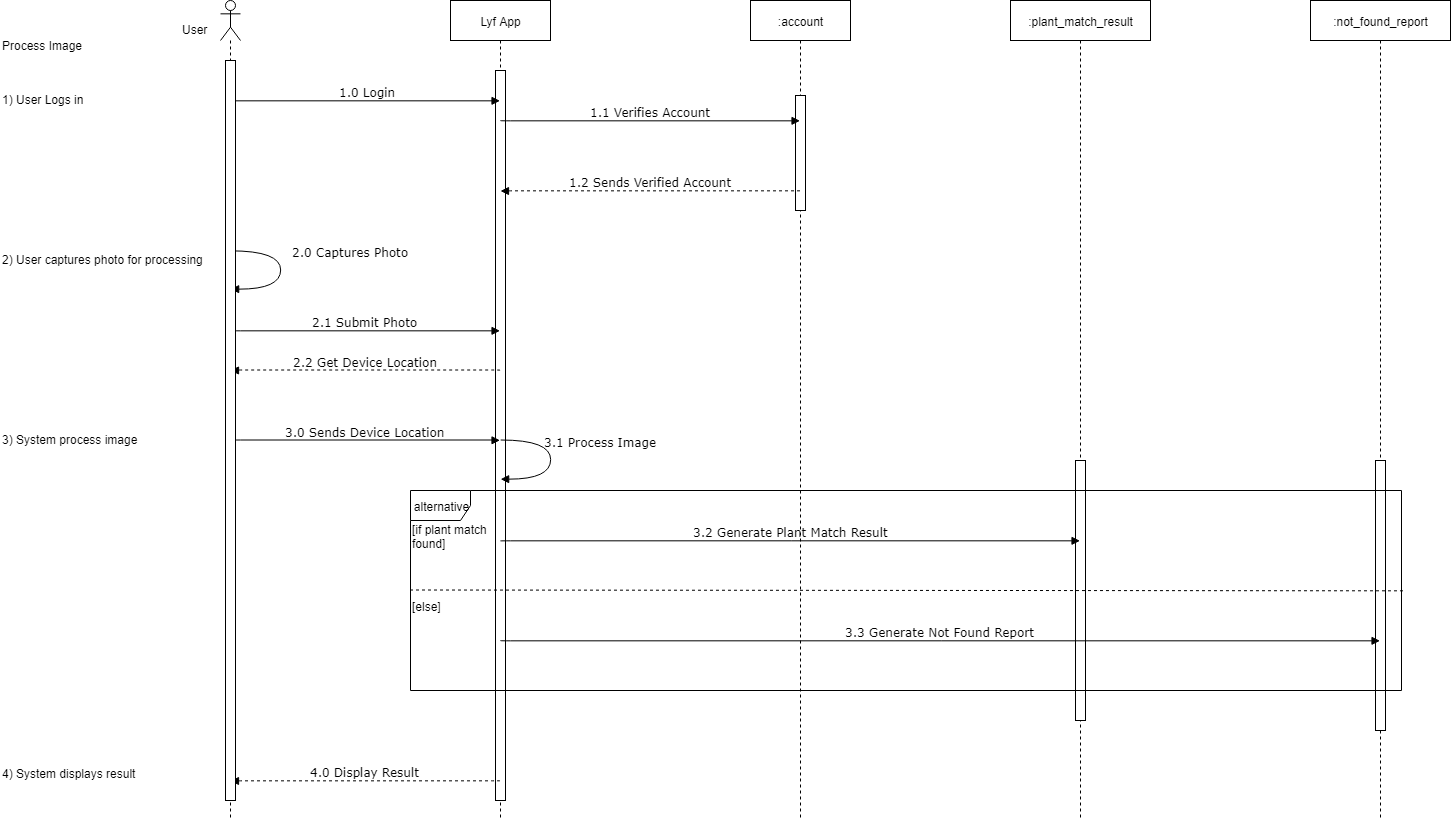
The draw.io diagram Documentations/Diagrams (Midterms)/Sequence Diagram/Process Image/Sequence Diagram - Process Image.png in seans888/project--lyf, before a commit. Source tidied: cells renumbered, new cells last; positions are measured from the earlier drawing's top-left corner, leaving out a move shared by most shapes.
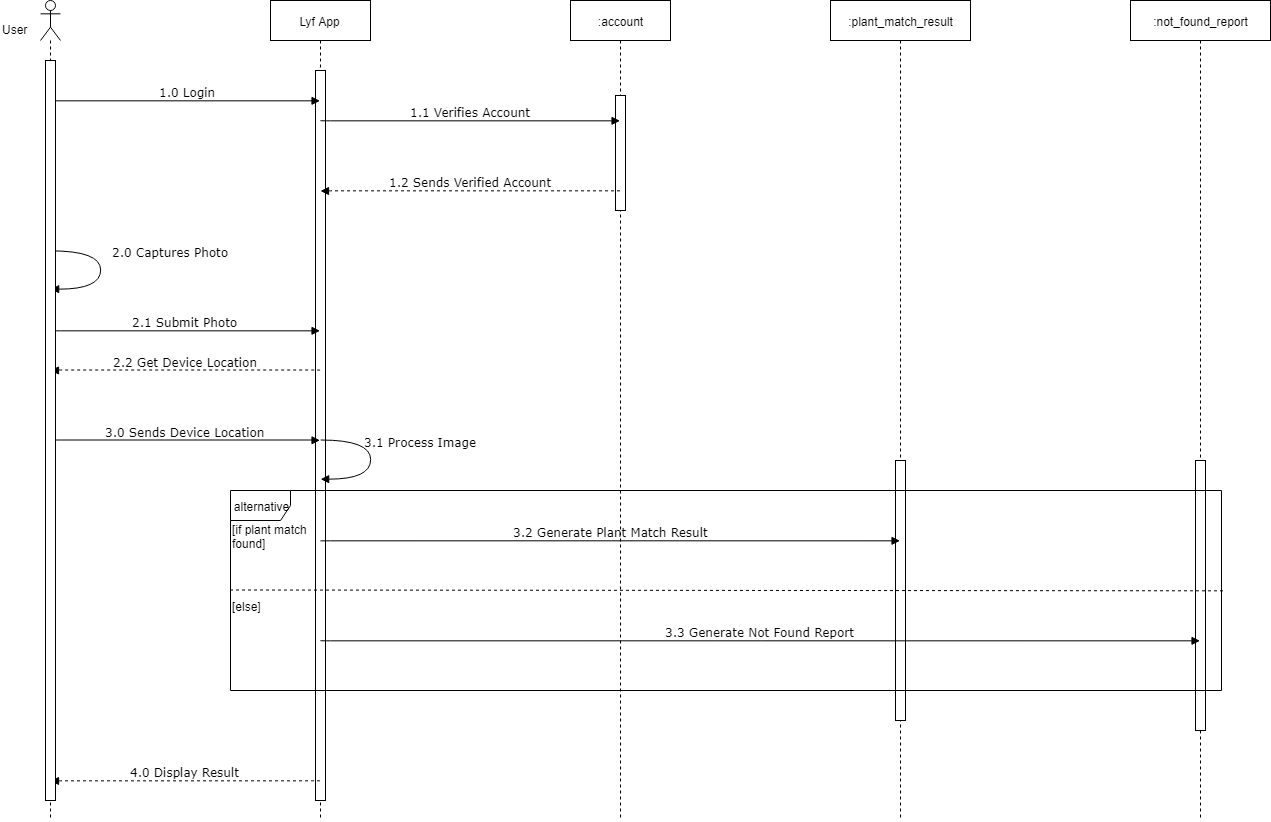
After the commit.

Diff of the diagram source:
```diff
@@ -115,21 +115,6 @@
         <mxPoint x="500" y="190.5" as="targetPoint" />
       </mxGeometry>
     </mxCell>
-    <mxCell id="27" value="Process Image" style="text;html=1;align=left;verticalAlign=top;spacingTop=-4;" parent="1" vertex="1">
-      <mxGeometry y="36" width="100" height="10" as="geometry" />
-    </mxCell>
-    <mxCell id="28" value="1) User Logs in" style="text;html=1;align=left;verticalAlign=top;spacingTop=-4;" parent="1" vertex="1">
-      <mxGeometry y="90" width="100" height="10" as="geometry" />
-    </mxCell>
-    <mxCell id="29" value="2) User captures photo for processing" style="text;html=1;align=left;verticalAlign=top;spacingTop=-4;" parent="1" vertex="1">
-      <mxGeometry y="250" width="220" height="10" as="geometry" />
-    </mxCell>
-    <mxCell id="30" value="3) System process image" style="text;html=1;align=left;verticalAlign=top;spacingTop=-4;" parent="1" vertex="1">
-      <mxGeometry y="430" width="150" height="10" as="geometry" />
-    </mxCell>
-    <mxCell id="31" value="4) System displays result" style="text;html=1;align=left;verticalAlign=top;spacingTop=-4;" parent="1" vertex="1">
-      <mxGeometry y="764" width="150" height="10" as="geometry" />
-    </mxCell>
     <mxCell id="32" style="html=1;points=[];perimeter=orthogonalPerimeter;" parent="1" vertex="1">
       <mxGeometry x="225" y="60" width="10" height="740" as="geometry" />
     </mxCell>
```
